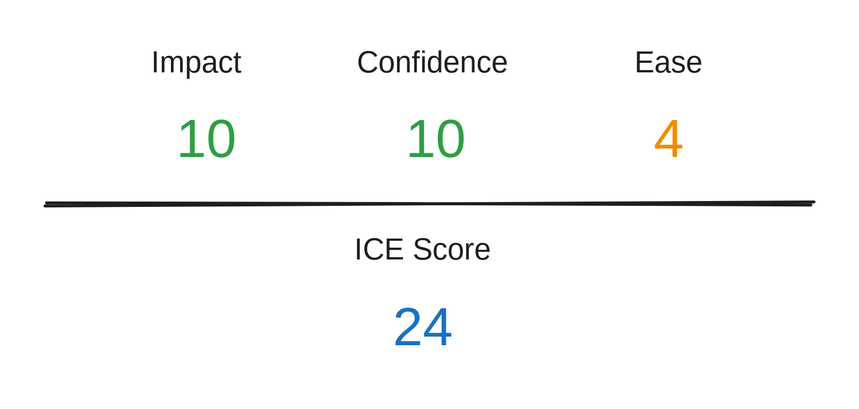
This is .gitbook/assets/file.excalidraw (2).svg from iphong/pf-docs, a Excalidraw export, as it was before one commit. Source tidied: one line per element, renumbered; positions are measured from the earlier drawing's top-left corner, leaving out a move shared by most shapes. The source it was exported from:
```json
{"id": 0, "type": "line", "strokeColor": "#1e1e1e", "strokeWidth": 2, "roughness": 1, "round": true, "x": 0, "y": 106, "width": 511, "height": 0, "points": [[0, 0], [511, 0]]}
{"id": 1, "type": "text", "text": "Impact", "strokeColor": "#1e1e1e", "strokeWidth": 2, "roughness": 1, "fontSize": 20, "fontFamily": 1, "x": 70, "y": 0, "width": 68, "height": 25}
{"id": 2, "type": "text", "text": "Confidence", "strokeColor": "#1e1e1e", "strokeWidth": 2, "roughness": 1, "fontSize": 20, "fontFamily": 1, "x": 207, "y": 0, "width": 100, "height": 25}
{"id": 3, "type": "text", "text": "Ease", "strokeColor": "#1e1e1e", "strokeWidth": 2, "roughness": 1, "fontSize": 20, "fontFamily": 1, "x": 392, "y": 0, "width": 49, "height": 25}
{"id": 4, "type": "text", "text": "10", "strokeColor": "#2f9e44", "strokeWidth": 2, "roughness": 1, "fontSize": 36, "fontFamily": 1, "x": 87, "y": 42, "width": 35, "height": 45}
{"id": 5, "type": "text", "text": "10", "strokeColor": "#2f9e44", "strokeWidth": 2, "roughness": 1, "fontSize": 36, "fontFamily": 1, "x": 240, "y": 42, "width": 35, "height": 45}
{"id": 6, "type": "text", "text": "4", "strokeColor": "#f08c00", "strokeWidth": 2, "roughness": 1, "fontSize": 36, "fontFamily": 1, "x": 405, "y": 42, "width": 23, "height": 45}
{"id": 7, "type": "text", "text": "ICE Score", "strokeColor": "#1e1e1e", "strokeWidth": 2, "roughness": 1, "fontSize": 20, "fontFamily": 1, "x": 206, "y": 124, "width": 100, "height": 25}
{"id": 8, "type": "text", "text": "24", "strokeColor": "#1971c2", "strokeWidth": 2, "roughness": 1, "fontSize": 36, "fontFamily": 1, "x": 231, "y": 167, "width": 49, "height": 45}
```
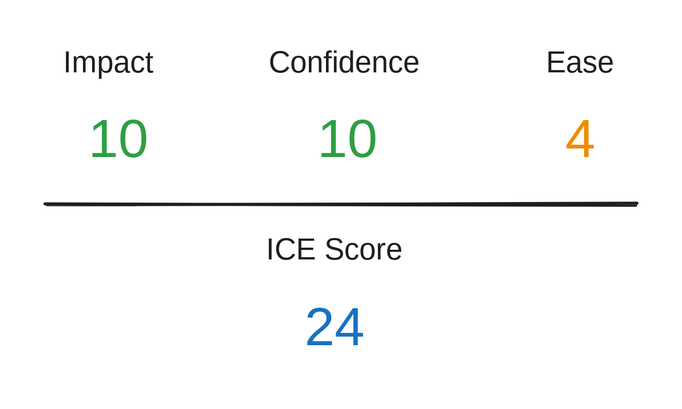
Later version of the same file.

What changed in the source:
```diff
@@ -1,4 +1,3 @@
-{"id": 0, "type": "line", "strokeColor": "#1e1e1e", "strokeWidth": 2, "roughness": 1, "round": true, "x": 0, "y": 106, "width": 511, "height": 0, "points": [[0, 0], [511, 0]]}
 {"id": 1, "type": "text", "text": "Impact", "strokeColor": "#1e1e1e", "strokeWidth": 2, "roughness": 1, "fontSize": 20, "fontFamily": 1, "x": 70, "y": 0, "width": 68, "height": 25}
 {"id": 2, "type": "text", "text": "Confidence", "strokeColor": "#1e1e1e", "strokeWidth": 2, "roughness": 1, "fontSize": 20, "fontFamily": 1, "x": 207, "y": 0, "width": 100, "height": 25}
 {"id": 3, "type": "text", "text": "Ease", "strokeColor": "#1e1e1e", "strokeWidth": 2, "roughness": 1, "fontSize": 20, "fontFamily": 1, "x": 392, "y": 0, "width": 49, "height": 25}
@@ -7,3 +6,4 @@
 {"id": 6, "type": "text", "text": "4", "strokeColor": "#f08c00", "strokeWidth": 2, "roughness": 1, "fontSize": 36, "fontFamily": 1, "x": 405, "y": 42, "width": 23, "height": 45}
 {"id": 7, "type": "text", "text": "ICE Score", "strokeColor": "#1e1e1e", "strokeWidth": 2, "roughness": 1, "fontSize": 20, "fontFamily": 1, "x": 206, "y": 124, "width": 100, "height": 25}
 {"id": 8, "type": "text", "text": "24", "strokeColor": "#1971c2", "strokeWidth": 2, "roughness": 1, "fontSize": 36, "fontFamily": 1, "x": 231, "y": 167, "width": 49, "height": 45}
+{"id": 9, "type": "line", "strokeColor": "#1e1e1e", "strokeWidth": 2, "roughness": 1, "round": true, "x": 59, "y": 106, "width": 394, "height": 0, "points": [[0, 0], [394, 0]]}
```
